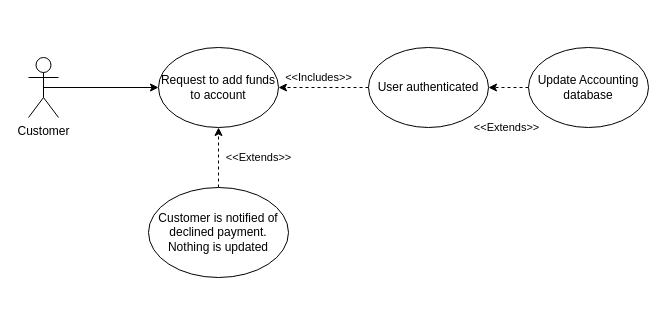
jdasnake81/cs3450-UseCaseDiagrams keeps this draw.io diagram as page "Customer adds funds to their account" (4 of 8) of Untitled Diagram.drawio. Above is the earlier version. Source tidied: cells renumbered, new cells numbered last; positions are measured from the earlier drawing's top-left corner, leaving out a move shared by most shapes. Both pictures are drawn from the tidied source at 100%, with x=0, y=0 at pixel (28, 47).
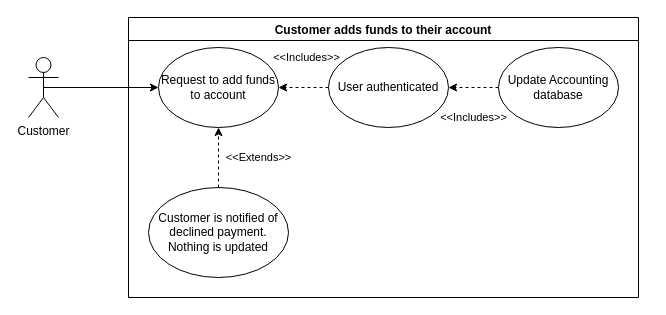
After the change.

Change to the diagram source:
```diff
@@
 <mxGraphModel>
   <root>
     <mxCell id="0" />
     <mxCell id="1" parent="0" />
     <mxCell id="2" style="edgeStyle=orthogonalEdgeStyle;rounded=0;jettySize=auto;html=1;exitX=0.5;exitY=0.5;exitDx=0;exitDy=0;exitPerimeter=0;entryX=0;entryY=0.5;entryDx=0;entryDy=0;" parent="1" edge="1" source="3" target="4">
       <mxGeometry relative="1" as="geometry" />
     </mxCell>
     <mxCell id="3" value="Customer" style="shape=umlActor;verticalLabelPosition=bottom;verticalAlign=top;html=1;outlineConnect=0;" parent="1" vertex="1">
       <mxGeometry y="10" width="30" height="60" as="geometry" />
     </mxCell>
     <mxCell id="4" value="Request to add funds to account" style="ellipse;whiteSpace=wrap;html=1;" parent="1" vertex="1">
       <mxGeometry x="130" width="120" height="80" as="geometry" />
     </mxCell>
     <mxCell id="5" value="&amp;lt;&amp;lt;Includes&amp;gt;&amp;gt;" style="edgeStyle=orthogonalEdgeStyle;rounded=0;jettySize=auto;html=1;exitX=0;exitY=0.5;exitDx=0;exitDy=0;entryX=1;entryY=0.5;entryDx=0;entryDy=0;dashed=1;" parent="1" edge="1" source="6" target="4">
-      <mxGeometry x="0.11" y="-10" relative="1" as="geometry" />
+      <mxGeometry x="-0.14" y="-30" relative="1" as="geometry" />
     </mxCell>
     <mxCell id="6" value="User authenticated" style="ellipse;whiteSpace=wrap;html=1;" parent="1" vertex="1">
-      <mxGeometry x="340" width="120" height="80" as="geometry" />
+      <mxGeometry x="300" width="120" height="80" as="geometry" />
     </mxCell>
-    <mxCell id="7" value="&amp;lt;&amp;lt;Extends&amp;gt;&amp;gt;" style="edgeStyle=orthogonalEdgeStyle;rounded=0;jettySize=auto;html=1;exitX=0;exitY=0.5;exitDx=0;exitDy=0;entryX=1;entryY=0.5;entryDx=0;entryDy=0;dashed=1;" parent="1" edge="1" source="8" target="6">
-      <mxGeometry x="0.11" y="40" relative="1" as="geometry" />
+    <mxCell id="7" value="&amp;lt;&amp;lt;Includes&amp;gt;&amp;gt;" style="edgeStyle=orthogonalEdgeStyle;rounded=0;jettySize=auto;html=1;exitX=0;exitY=0.5;exitDx=0;exitDy=0;entryX=1;entryY=0.5;entryDx=0;entryDy=0;dashed=1;" parent="1" edge="1" source="8" target="6">
+      <mxGeometry y="30" relative="1" as="geometry" />
     </mxCell>
     <mxCell id="8" value="Update Accounting database" style="ellipse;whiteSpace=wrap;html=1;" parent="1" vertex="1">
-      <mxGeometry x="500" width="120" height="80" as="geometry" />
+      <mxGeometry x="470" width="120" height="80" as="geometry" />
     </mxCell>
     <mxCell id="9" value="&amp;lt;&amp;lt;Extends&amp;gt;&amp;gt;" style="edgeStyle=orthogonalEdgeStyle;rounded=0;jettySize=auto;html=1;exitX=0.5;exitY=0;exitDx=0;exitDy=0;entryX=0.5;entryY=1;entryDx=0;entryDy=0;dashed=1;" parent="1" edge="1" source="10" target="4">
       <mxGeometry y="-40" relative="1" as="geometry">
         <Array as="points">
           <mxPoint x="190" y="100" />
           <mxPoint x="190" y="100" />
         </Array>
       </mxGeometry>
     </mxCell>
     <mxCell id="10" value="Customer is notified of declined payment. Nothing is updated" style="ellipse;whiteSpace=wrap;html=1;" parent="1" vertex="1">
       <mxGeometry x="120" y="140" width="140" height="90" as="geometry" />
     </mxCell>
+    <mxCell id="11" value="Customer adds funds to their account" style="swimlane;startSize=23;" parent="1" vertex="1">
+      <mxGeometry x="100" y="-30" width="510" height="280" as="geometry" />
+    </mxCell>
   </root>
 </mxGraphModel>
```
